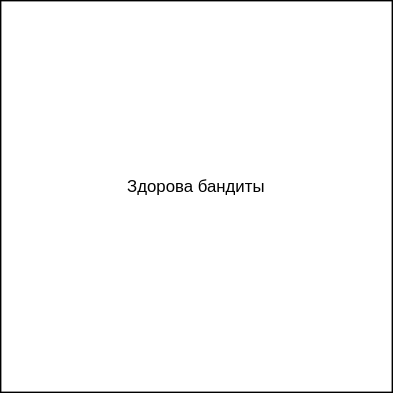
Before: Untitled Diagram.drawio.svg, a diagram exported from draw.io (KirillPavlov1/project1). Source tidied: cells renumbered, new cells last; positions are measured from the earlier drawing's top-left corner, leaving out a move shared by most shapes.
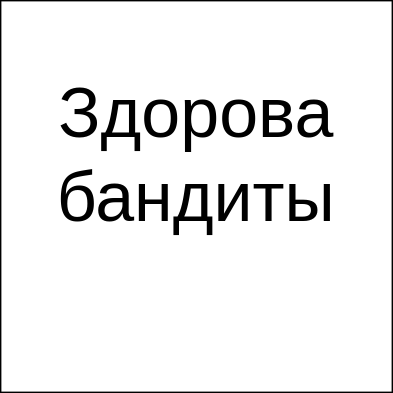
The same file after the commit.

Change to the diagram source:
```diff
@@ -2,7 +2,7 @@
   <root>
     <mxCell id="0" />
     <mxCell id="1" parent="0" />
-    <mxCell id="2" value="Здорова бандиты&lt;div&gt;&lt;br&gt;&lt;/div&gt;" style="whiteSpace=wrap;html=1;" parent="1" vertex="1">
+    <mxCell id="2" value="&lt;font style=&quot;font-size: 50px;&quot;&gt;Здорова бандиты&lt;/font&gt;&lt;div style=&quot;font-size: 50px;&quot;&gt;&lt;br&gt;&lt;/div&gt;" style="whiteSpace=wrap;html=1;" parent="1" vertex="1">
       <mxGeometry width="280" height="280" as="geometry" />
     </mxCell>
   </root>
```
